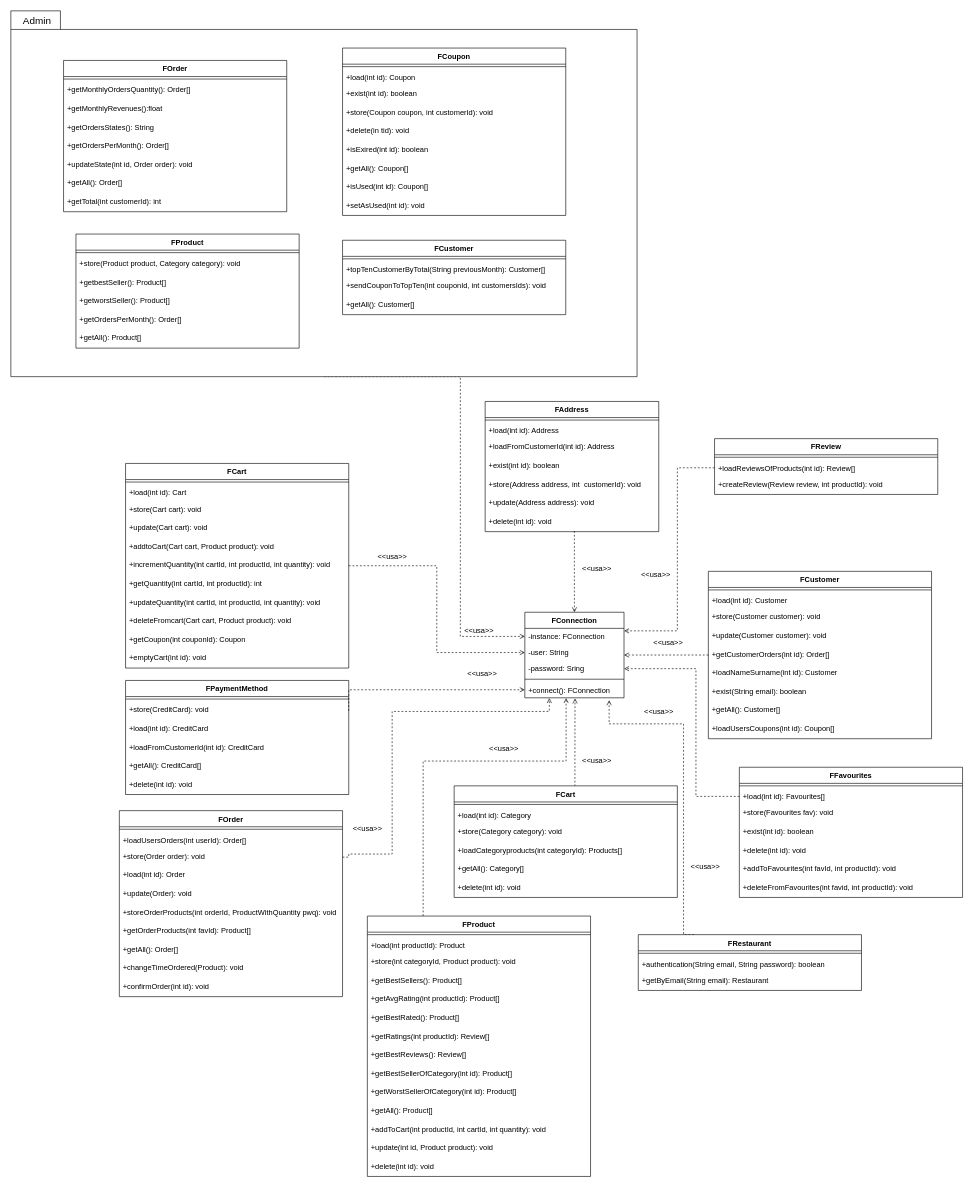
The draw.io diagram documentazione/Diagrammi/classD_Foundation.drawio in Flacaro/TasteIt, before the edit. Source tidied: cells renumbered, new cells numbered last; positions are measured from the earlier drawing's top-left corner, leaving out a move shared by most shapes. Both pictures are drawn from the tidied source at 62%, with x=0, y=0 at pixel (11, 11).
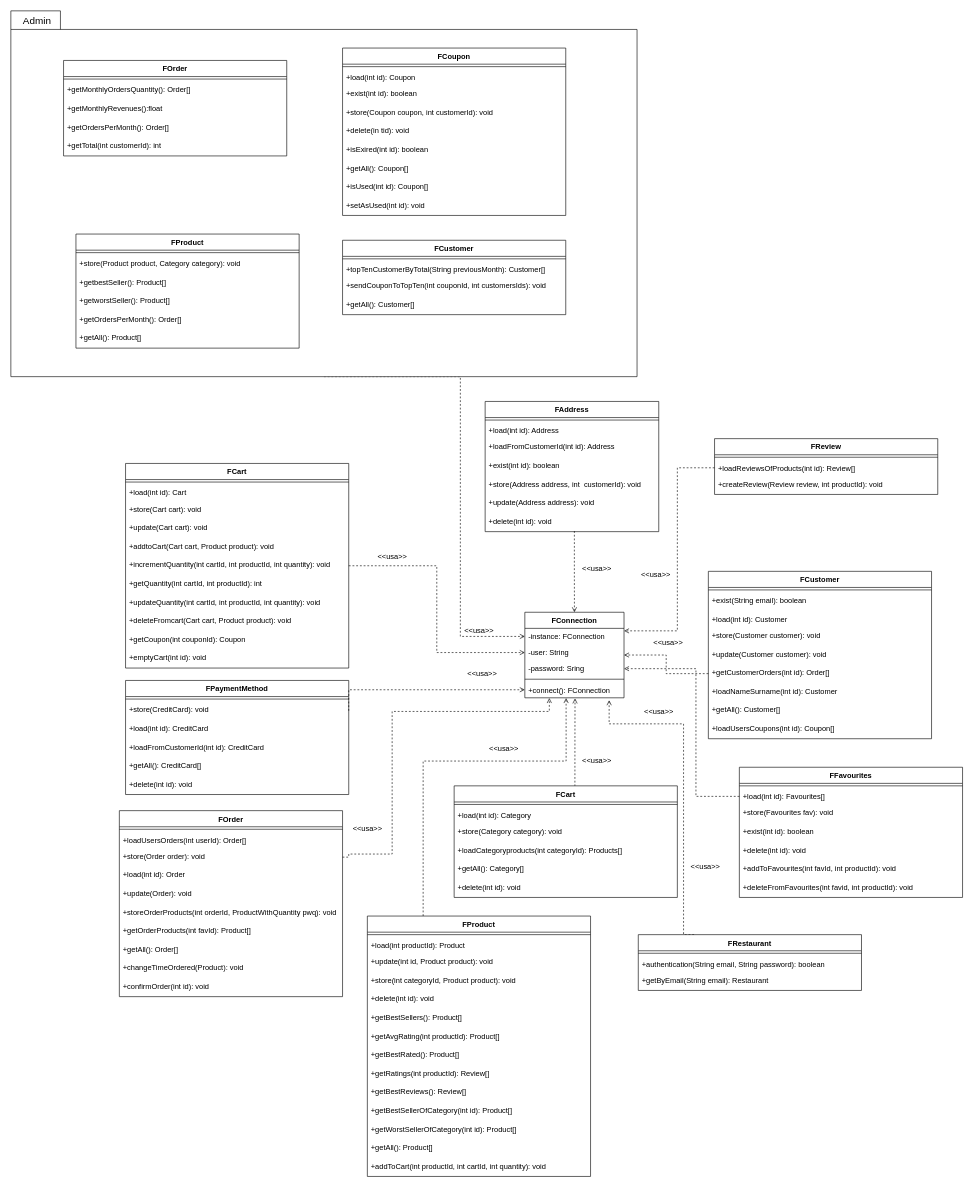
After the change.

Unchanged cells that the change refers to:
```xml
<mxCell id="43" value="FCustomer" style="swimlane;fontStyle=1;align=center;verticalAlign=top;horizontal=1;startSize=26;" parent="1" vertex="1">
  <mxGeometry x="1125" y="904" width="360" height="270" as="geometry" />
</mxCell>
<mxCell id="83" value="FProduct" style="swimlane;fontStyle=1;align=center;verticalAlign=top;horizontal=1;startSize=26;" parent="1" vertex="1">
  <mxGeometry x="575" y="1460" width="360" height="420" as="geometry" />
</mxCell>
```

Change to the diagram source:
```diff
@@
+    <mxCell id="50" value="+exist(String email): boolean" style="text;strokeColor=none;fillColor=none;align=left;verticalAlign=top;spacingLeft=4;spacingRight=4;overflow=hidden;" parent="43" vertex="1">
+      <mxGeometry y="34" width="360" height="30" as="geometry" />
+    </mxCell>
     <mxCell id="45" value="+load(int id): Customer " style="text;strokeColor=none;fillColor=none;align=left;verticalAlign=top;spacingLeft=4;spacingRight=4;overflow=hidden;" parent="43" vertex="1">
-      <mxGeometry y="34" width="360" height="26" as="geometry" />
+      <mxGeometry y="64" width="360" height="26" as="geometry" />
     </mxCell>
     <mxCell id="46" value="+store(Customer customer): void" style="text;strokeColor=none;fillColor=none;align=left;verticalAlign=top;spacingLeft=4;spacingRight=4;overflow=hidden;" parent="43" vertex="1">
-      <mxGeometry y="60" width="360" height="30" as="geometry" />
+      <mxGeometry y="90" width="360" height="30" as="geometry" />
     </mxCell>
     <mxCell id="47" value="+update(Customer customer): void" style="text;strokeColor=none;fillColor=none;align=left;verticalAlign=top;spacingLeft=4;spacingRight=4;overflow=hidden;" parent="43" vertex="1">
-      <mxGeometry y="90" width="360" height="30" as="geometry" />
+      <mxGeometry y="120" width="360" height="30" as="geometry" />
     </mxCell>
     <mxCell id="48" value="+getCustomerOrders(int id): Order[]" style="text;strokeColor=none;fillColor=none;align=left;verticalAlign=top;spacingLeft=4;spacingRight=4;overflow=hidden;points=[[0,0.5],[1,0.5]];portConstraint=eastwest;" parent="43" vertex="1">
-      <mxGeometry y="120" width="360" height="30" as="geometry" />
+      <mxGeometry y="150" width="360" height="30" as="geometry" />
     </mxCell>
     <mxCell id="49" value="+loadNameSurname(int id): Customer" style="text;strokeColor=none;fillColor=none;align=left;verticalAlign=top;spacingLeft=4;spacingRight=4;overflow=hidden;" parent="43" vertex="1">
-      <mxGeometry y="150" width="360" height="30" as="geometry" />
+      <mxGeometry y="180" width="360" height="30" as="geometry" />
     </mxCell>
-    <mxCell id="50" value="+exist(String email): boolean" style="text;strokeColor=none;fillColor=none;align=left;verticalAlign=top;spacingLeft=4;spacingRight=4;overflow=hidden;" parent="43" vertex="1">
-      <mxGeometry y="180" width="360" height="30" as="geometry" />
-    </mxCell>
@@
+    <mxCell id="96" value="+update(int id, Product product): void" style="text;strokeColor=none;fillColor=none;align=left;verticalAlign=top;spacingLeft=4;spacingRight=4;overflow=hidden;" parent="83" vertex="1">
+      <mxGeometry y="60" width="360" height="30" as="geometry" />
+    </mxCell>
     <mxCell id="86" value="+store(int categoryId, Product product): void" style="text;strokeColor=none;fillColor=none;align=left;verticalAlign=top;spacingLeft=4;spacingRight=4;overflow=hidden;" parent="83" vertex="1">
-      <mxGeometry y="60" width="360" height="30" as="geometry" />
+      <mxGeometry y="90" width="360" height="30" as="geometry" />
     </mxCell>
+    <mxCell id="97" value="+delete(int id): void" style="text;strokeColor=none;fillColor=none;align=left;verticalAlign=top;spacingLeft=4;spacingRight=4;overflow=hidden;" parent="83" vertex="1">
+      <mxGeometry y="120" width="360" height="30" as="geometry" />
+    </mxCell>
     <mxCell id="87" value="+getBestSellers(): Product[]" style="text;strokeColor=none;fillColor=none;align=left;verticalAlign=top;spacingLeft=4;spacingRight=4;overflow=hidden;" parent="83" vertex="1">
-      <mxGeometry y="90" width="360" height="30" as="geometry" />
+      <mxGeometry y="150" width="360" height="30" as="geometry" />
     </mxCell>
     <mxCell id="88" value="+getAvgRating(int productId): Product[]" style="text;strokeColor=none;fillColor=none;align=left;verticalAlign=top;spacingLeft=4;spacingRight=4;overflow=hidden;" parent="83" vertex="1">
-      <mxGeometry y="120" width="360" height="30" as="geometry" />
+      <mxGeometry y="180" width="360" height="30" as="geometry" />
     </mxCell>
     <mxCell id="89" value="+getBestRated(): Product[]" style="text;strokeColor=none;fillColor=none;align=left;verticalAlign=top;spacingLeft=4;spacingRight=4;overflow=hidden;" parent="83" vertex="1">
-      <mxGeometry y="150" width="360" height="30" as="geometry" />
+      <mxGeometry y="210" width="360" height="30" as="geometry" />
     </mxCell>
     <mxCell id="90" value="+getRatings(int productId): Review[]" style="text;strokeColor=none;fillColor=none;align=left;verticalAlign=top;spacingLeft=4;spacingRight=4;overflow=hidden;" parent="83" vertex="1">
-      <mxGeometry y="180" width="360" height="30" as="geometry" />
+      <mxGeometry y="240" width="360" height="30" as="geometry" />
     </mxCell>
     <mxCell id="91" value="+getBestReviews(): Review[]" style="text;strokeColor=none;fillColor=none;align=left;verticalAlign=top;spacingLeft=4;spacingRight=4;overflow=hidden;" parent="83" vertex="1">
-      <mxGeometry y="210" width="360" height="30" as="geometry" />
+      <mxGeometry y="270" width="360" height="30" as="geometry" />
     </mxCell>
     <mxCell id="92" value="+getBestSellerOfCategory(int id): Product[]" style="text;strokeColor=none;fillColor=none;align=left;verticalAlign=top;spacingLeft=4;spacingRight=4;overflow=hidden;" parent="83" vertex="1">
-      <mxGeometry y="240" width="360" height="30" as="geometry" />
+      <mxGeometry y="300" width="360" height="30" as="geometry" />
     </mxCell>
     <mxCell id="93" value="+getWorstSellerOfCategory(int id): Product[]" style="text;strokeColor=none;fillColor=none;align=left;verticalAlign=top;spacingLeft=4;spacingRight=4;overflow=hidden;" parent="83" vertex="1">
-      <mxGeometry y="270" width="360" height="30" as="geometry" />
+      <mxGeometry y="330" width="360" height="30" as="geometry" />
     </mxCell>
     <mxCell id="94" value="+getAll(): Product[]" style="text;strokeColor=none;fillColor=none;align=left;verticalAlign=top;spacingLeft=4;spacingRight=4;overflow=hidden;" parent="83" vertex="1">
-      <mxGeometry y="300" width="360" height="30" as="geometry" />
+      <mxGeometry y="360" width="360" height="30" as="geometry" />
     </mxCell>
     <mxCell id="95" value="+addToCart(int productId, int cartId, int quantity): void" style="text;strokeColor=none;fillColor=none;align=left;verticalAlign=top;spacingLeft=4;spacingRight=4;overflow=hidden;" parent="83" vertex="1">
-      <mxGeometry y="330" width="360" height="30" as="geometry" />
+      <mxGeometry y="390" width="360" height="30" as="geometry" />
     </mxCell>
-    <mxCell id="96" value="+update(int id, Product product): void" style="text;strokeColor=none;fillColor=none;align=left;verticalAlign=top;spacingLeft=4;spacingRight=4;overflow=hidden;" parent="83" vertex="1">
-      <mxGeometry y="360" width="360" height="30" as="geometry" />
-    </mxCell>
-    <mxCell id="97" value="+delete(int id): void" style="text;strokeColor=none;fillColor=none;align=left;verticalAlign=top;spacingLeft=4;spacingRight=4;overflow=hidden;" parent="83" vertex="1">
-      <mxGeometry y="390" width="360" height="30" as="geometry" />
-    </mxCell>
@@
     <mxCell id="122" value="FOrder" style="swimlane;fontStyle=1;align=center;verticalAlign=top;horizontal=1;startSize=26;" parent="1" vertex="1">
-      <mxGeometry x="85" y="80" width="360" height="244" as="geometry" />
+      <mxGeometry x="85" y="80" width="360" height="154" as="geometry" />
     </mxCell>
@@
-    <mxCell id="126" value="+getOrdersStates(): String" style="text;strokeColor=none;fillColor=none;align=left;verticalAlign=top;spacingLeft=4;spacingRight=4;overflow=hidden;" parent="122" vertex="1">
-      <mxGeometry y="94" width="360" height="30" as="geometry" />
-    </mxCell>
     <mxCell id="127" value="+getOrdersPerMonth(): Order[]" style="text;strokeColor=none;fillColor=none;align=left;verticalAlign=top;spacingLeft=4;spacingRight=4;overflow=hidden;" parent="122" vertex="1">
-      <mxGeometry y="124" width="360" height="30" as="geometry" />
+      <mxGeometry y="94" width="360" height="30" as="geometry" />
     </mxCell>
-    <mxCell id="128" value="+updateState(int id, Order order): void" style="text;strokeColor=none;fillColor=none;align=left;verticalAlign=top;spacingLeft=4;spacingRight=4;overflow=hidden;" parent="122" vertex="1">
-      <mxGeometry y="154" width="360" height="30" as="geometry" />
-    </mxCell>
-    <mxCell id="129" value="+getAll(): Order[]" style="text;strokeColor=none;fillColor=none;align=left;verticalAlign=top;spacingLeft=4;spacingRight=4;overflow=hidden;" parent="122" vertex="1">
-      <mxGeometry y="184" width="360" height="30" as="geometry" />
-    </mxCell>
     <mxCell id="130" value="+getTotal(int customerId): int" style="text;strokeColor=none;fillColor=none;align=left;verticalAlign=top;spacingLeft=4;spacingRight=4;overflow=hidden;" parent="122" vertex="1">
-      <mxGeometry y="214" width="360" height="30" as="geometry" />
+      <mxGeometry y="124" width="360" height="30" as="geometry" />
     </mxCell>
```
